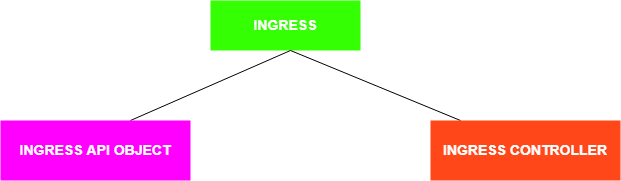
dikshita-git/RP_Study-on-Ingress-and-its-security-IPv4-IPv6- keeps this draw.io diagram as Wiki-page-images/Others/Ingress_new_components.png. Above is the earlier version. Source tidied: cells renumbered, new cells last; positions are measured from the earlier drawing's top-left corner, leaving out a move shared by most shapes.
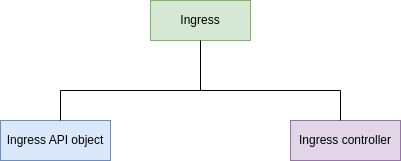
After the change.

The edit, as a diff of the source:
```diff
@@ -2,23 +2,38 @@
   <root>
     <mxCell id="0" />
     <mxCell id="1" parent="0" />
-    <mxCell id="2" value="&lt;font color=&quot;#ffffff&quot; style=&quot;font-size: 14px&quot;&gt;&lt;b&gt;INGRESS&lt;/b&gt;&lt;/font&gt;" style="rounded=0;whiteSpace=wrap;html=1;fillColor=#35FF03;strokeColor=none;" parent="1" vertex="1">
-      <mxGeometry x="210" width="150" height="50" as="geometry" />
+    <mxCell id="2" value="&lt;font size=&quot;1&quot; style=&quot;&quot;&gt;&lt;span style=&quot;font-size: 12px;&quot;&gt;Ingress&lt;/span&gt;&lt;/font&gt;" style="rounded=0;whiteSpace=wrap;html=1;fillColor=#d5e8d4;strokeColor=#82b366;" parent="1" vertex="1">
+      <mxGeometry x="240" width="100" height="40" as="geometry" />
     </mxCell>
-    <mxCell id="3" style="endArrow=none;html=1;rounded=0;fontSize=14;fontColor=#FFFFFF;" parent="1" edge="1">
-      <mxGeometry relative="1" as="geometry">
-        <mxPoint x="130" y="120" as="sourcePoint" />
-        <mxPoint x="460" y="120" as="targetPoint" />
-        <Array as="points">
-          <mxPoint x="290" y="50" />
-        </Array>
-      </mxGeometry>
-    </mxCell>
-    <mxCell id="4" value="&lt;font color=&quot;#ffffff&quot; style=&quot;font-size: 14px&quot;&gt;&lt;b&gt;INGRESS API OBJECT&lt;/b&gt;&lt;/font&gt;" style="rounded=0;whiteSpace=wrap;html=1;fillColor=#FF00FF;strokeColor=none;" parent="1" vertex="1">
-      <mxGeometry y="120" width="190" height="60" as="geometry" />
+    <mxCell id="4" value="&lt;font size=&quot;1&quot; style=&quot;&quot;&gt;&lt;span style=&quot;font-size: 12px;&quot;&gt;Ingress API object&lt;/span&gt;&lt;/font&gt;" style="rounded=0;whiteSpace=wrap;html=1;fillColor=#dae8fc;strokeColor=#6c8ebf;" parent="1" vertex="1">
+      <mxGeometry x="90" y="120" width="110" height="40" as="geometry" />
     </mxCell>
-    <mxCell id="5" value="&lt;font color=&quot;#ffffff&quot; style=&quot;font-size: 14px&quot;&gt;&lt;b&gt;INGRESS CONTROLLER&lt;/b&gt;&lt;/font&gt;" style="rounded=0;whiteSpace=wrap;html=1;fillColor=#FF4719;strokeColor=none;" parent="1" vertex="1">
-      <mxGeometry x="430" y="120" width="190" height="60" as="geometry" />
+    <mxCell id="5" value="&lt;font size=&quot;1&quot; style=&quot;&quot;&gt;&lt;span style=&quot;font-size: 12px;&quot;&gt;Ingress controller&lt;/span&gt;&lt;/font&gt;" style="rounded=0;whiteSpace=wrap;html=1;fillColor=#e1d5e7;strokeColor=#9673a6;" parent="1" vertex="1">
+      <mxGeometry x="380" y="120" width="110" height="40" as="geometry" />
     </mxCell>
+    <mxCell id="6" style="endArrow=none;html=1;rounded=0;fontSize=12;fontColor=#000000;" parent="1" edge="1">
+      <mxGeometry relative="1" as="geometry">
+        <mxPoint x="290" y="90" as="sourcePoint" />
+        <mxPoint x="290" y="40" as="targetPoint" />
+      </mxGeometry>
+    </mxCell>
+    <mxCell id="7" style="endArrow=none;html=1;rounded=0;fontSize=12;fontColor=#000000;" parent="1" edge="1">
+      <mxGeometry relative="1" as="geometry">
+        <mxPoint x="150" y="90" as="sourcePoint" />
+        <mxPoint x="430" y="90" as="targetPoint" />
+      </mxGeometry>
+    </mxCell>
+    <mxCell id="8" style="endArrow=none;html=1;rounded=0;fontSize=12;fontColor=#000000;" parent="1" edge="1">
+      <mxGeometry relative="1" as="geometry">
+        <mxPoint x="150" y="120" as="sourcePoint" />
+        <mxPoint x="150" y="90" as="targetPoint" />
+      </mxGeometry>
+    </mxCell>
+    <mxCell id="9" style="endArrow=none;html=1;rounded=0;fontSize=12;fontColor=#000000;" parent="1" edge="1">
+      <mxGeometry relative="1" as="geometry">
+        <mxPoint x="430" y="120" as="sourcePoint" />
+        <mxPoint x="430" y="90" as="targetPoint" />
+      </mxGeometry>
+    </mxCell>
   </root>
 </mxGraphModel>
```
